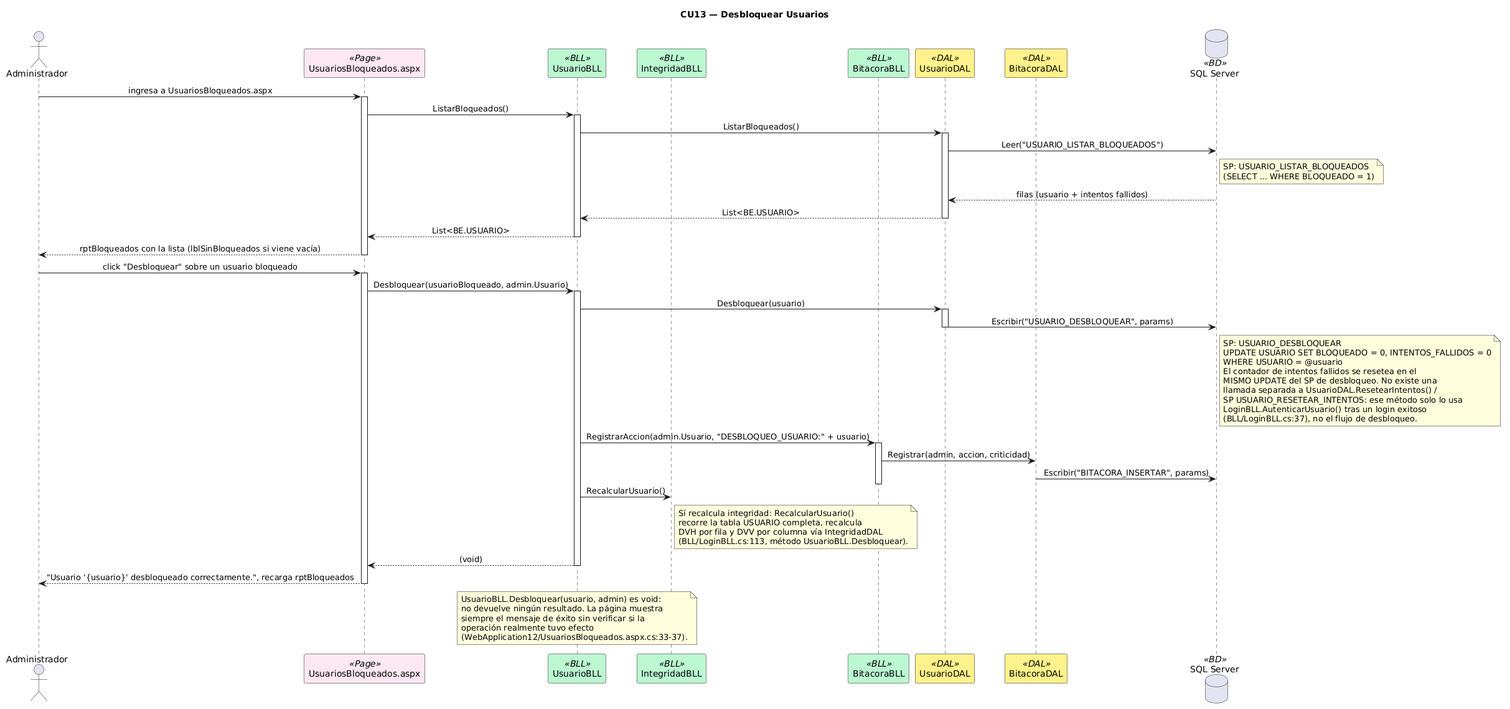
Before: DIAGRAMAS/Secuencia_CU13_DesbloquearUsuarios.png, a diagram exported from PlantUML (Urrels/tpDYAWeb).
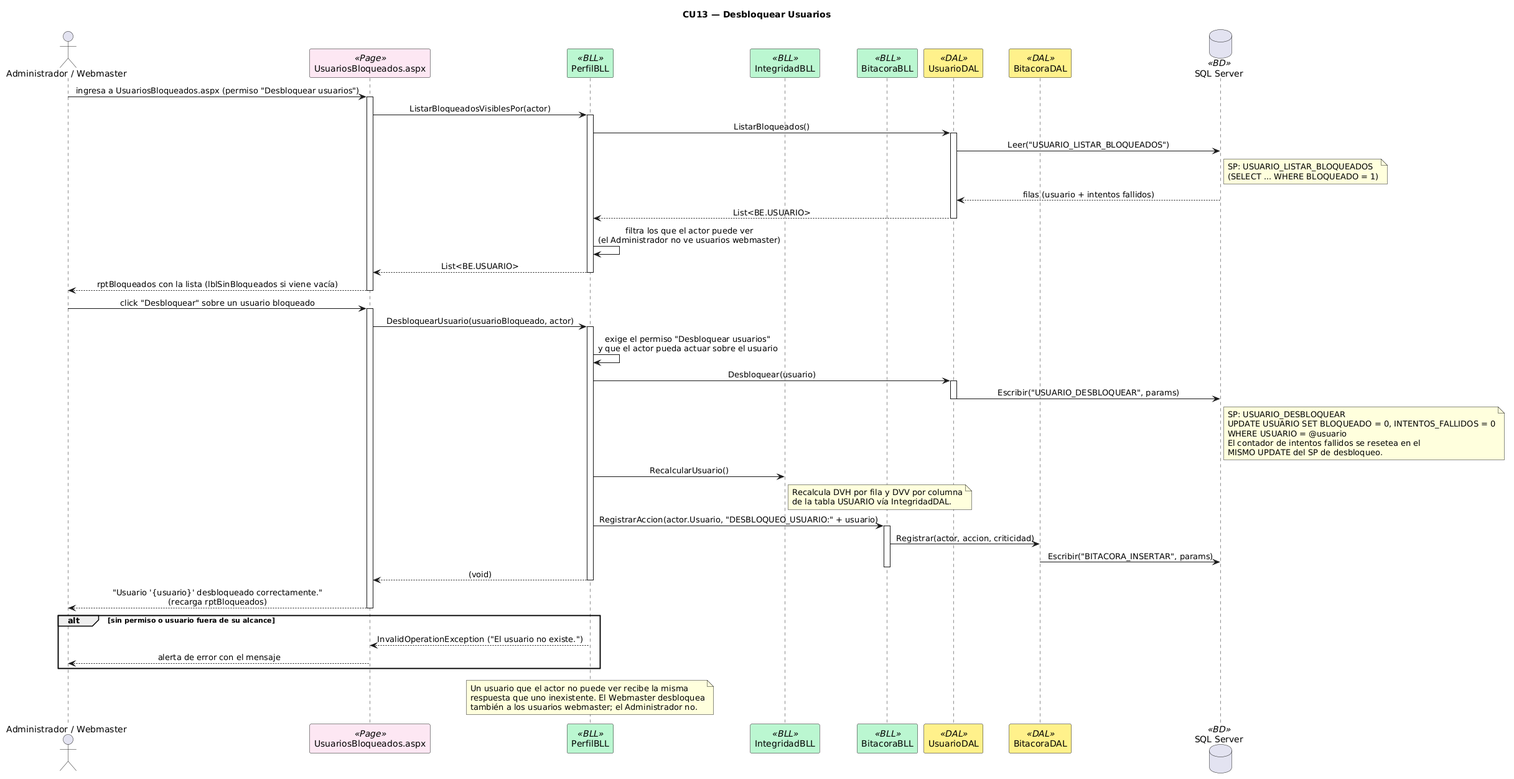
Above is the later version.

What changed in the source:
```diff
@@ -9,18 +9,18 @@
     BackgroundColor<<BD>> #DBEAFE
 }
 
-actor Administrador as ADM
+actor "Administrador / Webmaster" as ADM
 participant "UsuariosBloqueados.aspx" as PAGE <<Page>>
-participant "UsuarioBLL" as BLL <<BLL>>
+participant "PerfilBLL" as BLL <<BLL>>
 participant "IntegridadBLL" as INTEG <<BLL>>
 participant "BitacoraBLL" as BITBLL <<BLL>>
 participant "UsuarioDAL" as DAL <<DAL>>
 participant "BitacoraDAL" as BITDAL <<DAL>>
 database "SQL Server" as DB <<BD>>
 
-ADM -> PAGE : ingresa a UsuariosBloqueados.aspx
+ADM -> PAGE : ingresa a UsuariosBloqueados.aspx (permiso "Desbloquear usuarios")
 activate PAGE
-PAGE -> BLL : ListarBloqueados()
+PAGE -> BLL : ListarBloqueadosVisiblesPor(actor)
 activate BLL
 BLL -> DAL : ListarBloqueados()
 activate DAL
@@ -29,6 +29,7 @@
 DB --> DAL : filas (usuario + intentos fallidos)
 DAL --> BLL : List<BE.USUARIO>
 deactivate DAL
+BLL -> BLL : filtra los que el actor puede ver\n(el Administrador no ve usuarios webmaster)
 BLL --> PAGE : List<BE.USUARIO>
 deactivate BLL
 PAGE --> ADM : rptBloqueados con la lista (lblSinBloqueados si viene vacía)
@@ -36,8 +37,9 @@
 
 ADM -> PAGE : click "Desbloquear" sobre un usuario bloqueado
 activate PAGE
-PAGE -> BLL : Desbloquear(usuarioBloqueado, admin.Usuario)
+PAGE -> BLL : DesbloquearUsuario(usuarioBloqueado, actor)
 activate BLL
+BLL -> BLL : exige el permiso "Desbloquear usuarios"\ny que el actor pueda actuar sobre el usuario
 
 BLL -> DAL : Desbloquear(usuario)
 activate DAL
@@ -47,38 +49,34 @@
   UPDATE USUARIO SET BLOQUEADO = 0, INTENTOS_FALLIDOS = 0
   WHERE USUARIO = @usuario
   El contador de intentos fallidos se resetea en el
-  MISMO UPDATE del SP de desbloqueo. No existe una
-  llamada separada a UsuarioDAL.ResetearIntentos() /
-  SP USUARIO_RESETEAR_INTENTOS: ese método solo lo usa
-  LoginBLL.AutenticarUsuario() tras un login exitoso
-  (BLL/LoginBLL.cs:37), no el flujo de desbloqueo.
+  MISMO UPDATE del SP de desbloqueo.
 end note
 deactivate DAL
 
-BLL -> BITBLL : RegistrarAccion(admin.Usuario, "DESBLOQUEO_USUARIO:" + usuario)
+BLL -> INTEG : RecalcularUsuario()
+note right of INTEG
+  Recalcula DVH por fila y DVV por columna
+  de la tabla USUARIO vía IntegridadDAL.
+end note
+BLL -> BITBLL : RegistrarAccion(actor.Usuario, "DESBLOQUEO_USUARIO:" + usuario)
 activate BITBLL
-BITBLL -> BITDAL : Registrar(admin, accion, criticidad)
+BITBLL -> BITDAL : Registrar(actor, accion, criticidad)
 BITDAL -> DB : Escribir("BITACORA_INSERTAR", params)
 deactivate BITBLL
 
-BLL -> INTEG : RecalcularUsuario()
-note right of INTEG
-  Sí recalcula integridad: RecalcularUsuario()
-  recorre la tabla USUARIO completa, recalcula
-  DVH por fila y DVV por columna vía IntegridadDAL
-  (BLL/LoginBLL.cs:113, método UsuarioBLL.Desbloquear).
-end note
-
 BLL --> PAGE : (void)
 deactivate BLL
-PAGE --> ADM : "Usuario '{usuario}' desbloqueado correctamente.", recarga rptBloqueados
+PAGE --> ADM : "Usuario '{usuario}' desbloqueado correctamente."\n(recarga rptBloqueados)
 deactivate PAGE
 
+alt sin permiso o usuario fuera de su alcance
+  BLL --> PAGE : InvalidOperationException ("El usuario no existe.")
+  PAGE --> ADM : alerta de error con el mensaje
+end
+
 note over BLL
-  UsuarioBLL.Desbloquear(usuario, admin) es void:
-  no devuelve ningún resultado. La página muestra
-  siempre el mensaje de éxito sin verificar si la
-  operación realmente tuvo efecto
-  (WebApplication12/UsuariosBloqueados.aspx.cs:33-37).
+  Un usuario que el actor no puede ver recibe la misma
+  respuesta que uno inexistente. El Webmaster desbloquea
+  también a los usuarios webmaster; el Administrador no.
 end note
 @enduml
```
